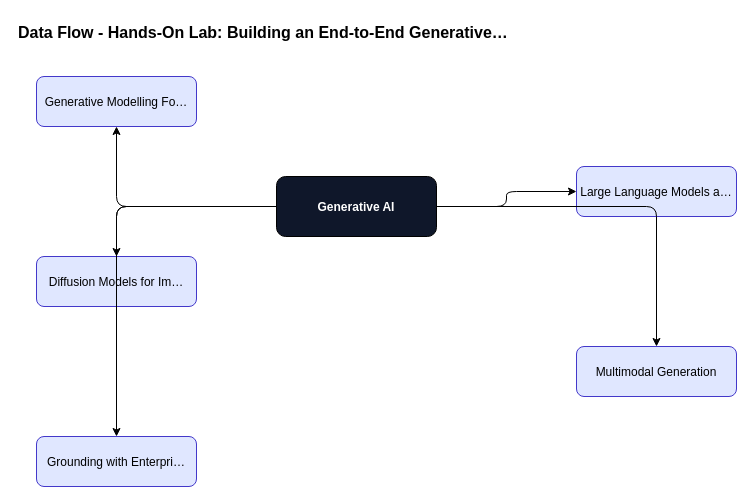
Above: content/generative-ai/generative-ai-foundations/diagrams/fig-022-data-flow.drawio in ankit05121980/AI-University (draw.io), before the change. Source tidied: cells renumbered, new cells numbered last; positions are measured from the earlier drawing's top-left corner, leaving out a move shared by most shapes. Both pictures are drawn from the tidied source at 100%, with x=0, y=0 at pixel (16, 16).
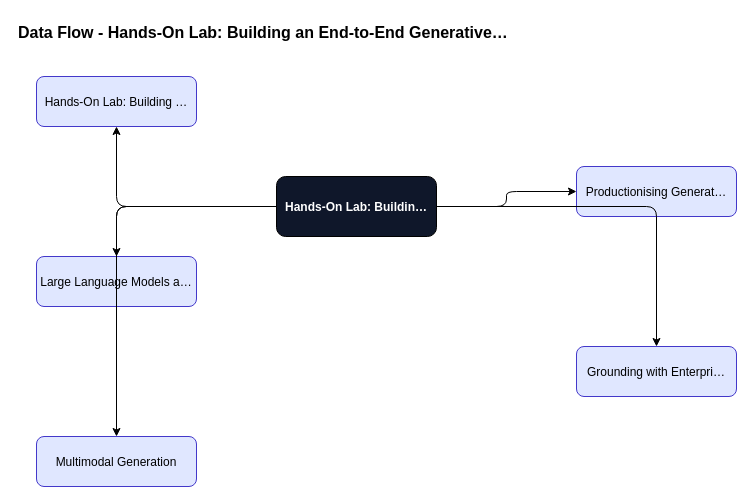
The same diagram, later.

What changed in the source:
```diff
@@
 <mxGraphModel>
   <root>
     <mxCell id="0" />
     <mxCell id="1" parent="0" />
     <mxCell id="2" value="Data Flow - Hands-On Lab: Building an End-to-End Generative…" style="text;fontSize=16;fontStyle=1;" parent="1" vertex="1">
       <mxGeometry width="600" height="30" as="geometry" />
     </mxCell>
-    <mxCell id="3" value="Generative AI" style="rounded=1;fillColor=#0f172a;fontColor=#ffffff;fontStyle=1;" parent="1" vertex="1">
+    <mxCell id="3" value="Hands-On Lab: Buildin…" style="rounded=1;fillColor=#0f172a;fontColor=#ffffff;fontStyle=1;" parent="1" vertex="1">
       <mxGeometry x="260" y="160" width="160" height="60" as="geometry" />
     </mxCell>
-    <mxCell id="4" value="Generative Modelling Fo…" style="rounded=1;fillColor=#e0e7ff;strokeColor=#4338ca;" parent="1" vertex="1">
+    <mxCell id="4" value="Hands-On Lab: Building …" style="rounded=1;fillColor=#e0e7ff;strokeColor=#4338ca;" parent="1" vertex="1">
       <mxGeometry x="20" y="60" width="160" height="50" as="geometry" />
     </mxCell>
     <mxCell id="5" style="edgeStyle=orthogonalEdgeStyle;" parent="1" edge="1" source="3" target="4">
       <mxGeometry relative="1" as="geometry" />
     </mxCell>
-    <mxCell id="6" value="Large Language Models a…" style="rounded=1;fillColor=#e0e7ff;strokeColor=#4338ca;" parent="1" vertex="1">
+    <mxCell id="6" value="Productionising Generat…" style="rounded=1;fillColor=#e0e7ff;strokeColor=#4338ca;" parent="1" vertex="1">
       <mxGeometry x="560" y="150" width="160" height="50" as="geometry" />
     </mxCell>
     <mxCell id="7" style="edgeStyle=orthogonalEdgeStyle;" parent="1" edge="1" source="3" target="6">
       <mxGeometry relative="1" as="geometry" />
     </mxCell>
-    <mxCell id="8" value="Diffusion Models for Im…" style="rounded=1;fillColor=#e0e7ff;strokeColor=#4338ca;" parent="1" vertex="1">
+    <mxCell id="8" value="Large Language Models a…" style="rounded=1;fillColor=#e0e7ff;strokeColor=#4338ca;" parent="1" vertex="1">
       <mxGeometry x="20" y="240" width="160" height="50" as="geometry" />
     </mxCell>
     <mxCell id="9" style="edgeStyle=orthogonalEdgeStyle;" parent="1" edge="1" source="3" target="8">
       <mxGeometry relative="1" as="geometry" />
     </mxCell>
-    <mxCell id="10" value="Multimodal Generation" style="rounded=1;fillColor=#e0e7ff;strokeColor=#4338ca;" parent="1" vertex="1">
+    <mxCell id="10" value="Grounding with Enterpri…" style="rounded=1;fillColor=#e0e7ff;strokeColor=#4338ca;" parent="1" vertex="1">
       <mxGeometry x="560" y="330" width="160" height="50" as="geometry" />
     </mxCell>
     <mxCell id="11" style="edgeStyle=orthogonalEdgeStyle;" parent="1" edge="1" source="3" target="10">
       <mxGeometry relative="1" as="geometry" />
     </mxCell>
-    <mxCell id="12" value="Grounding with Enterpri…" style="rounded=1;fillColor=#e0e7ff;strokeColor=#4338ca;" parent="1" vertex="1">
+    <mxCell id="12" value="Multimodal Generation" style="rounded=1;fillColor=#e0e7ff;strokeColor=#4338ca;" parent="1" vertex="1">
       <mxGeometry x="20" y="420" width="160" height="50" as="geometry" />
     </mxCell>
     <mxCell id="13" style="edgeStyle=orthogonalEdgeStyle;" parent="1" edge="1" source="3" target="12">
       <mxGeometry relative="1" as="geometry" />
     </mxCell>
   </root>
 </mxGraphModel>
```
